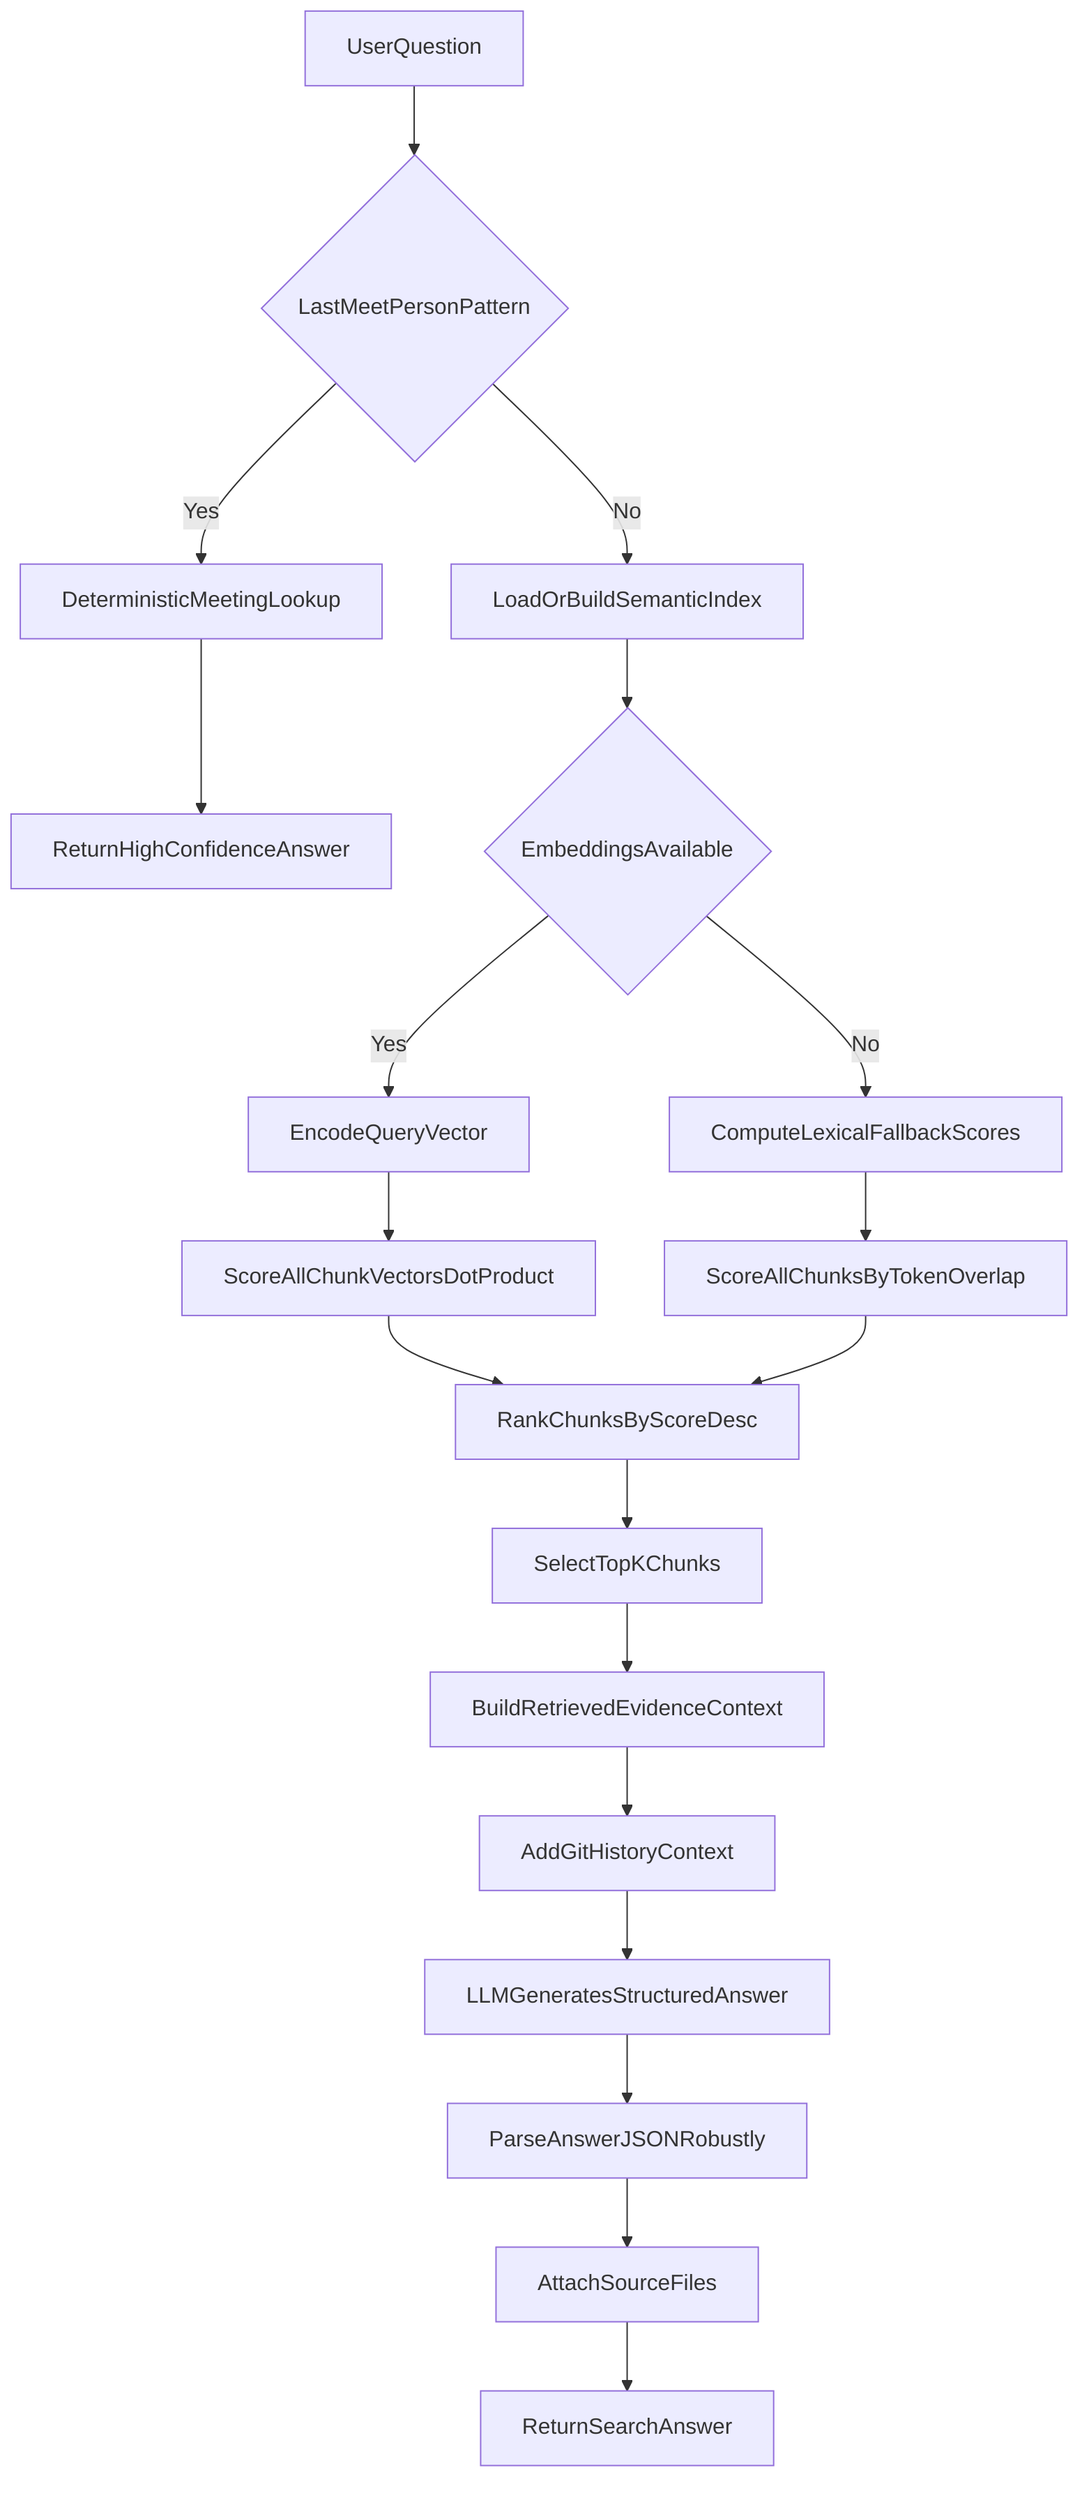
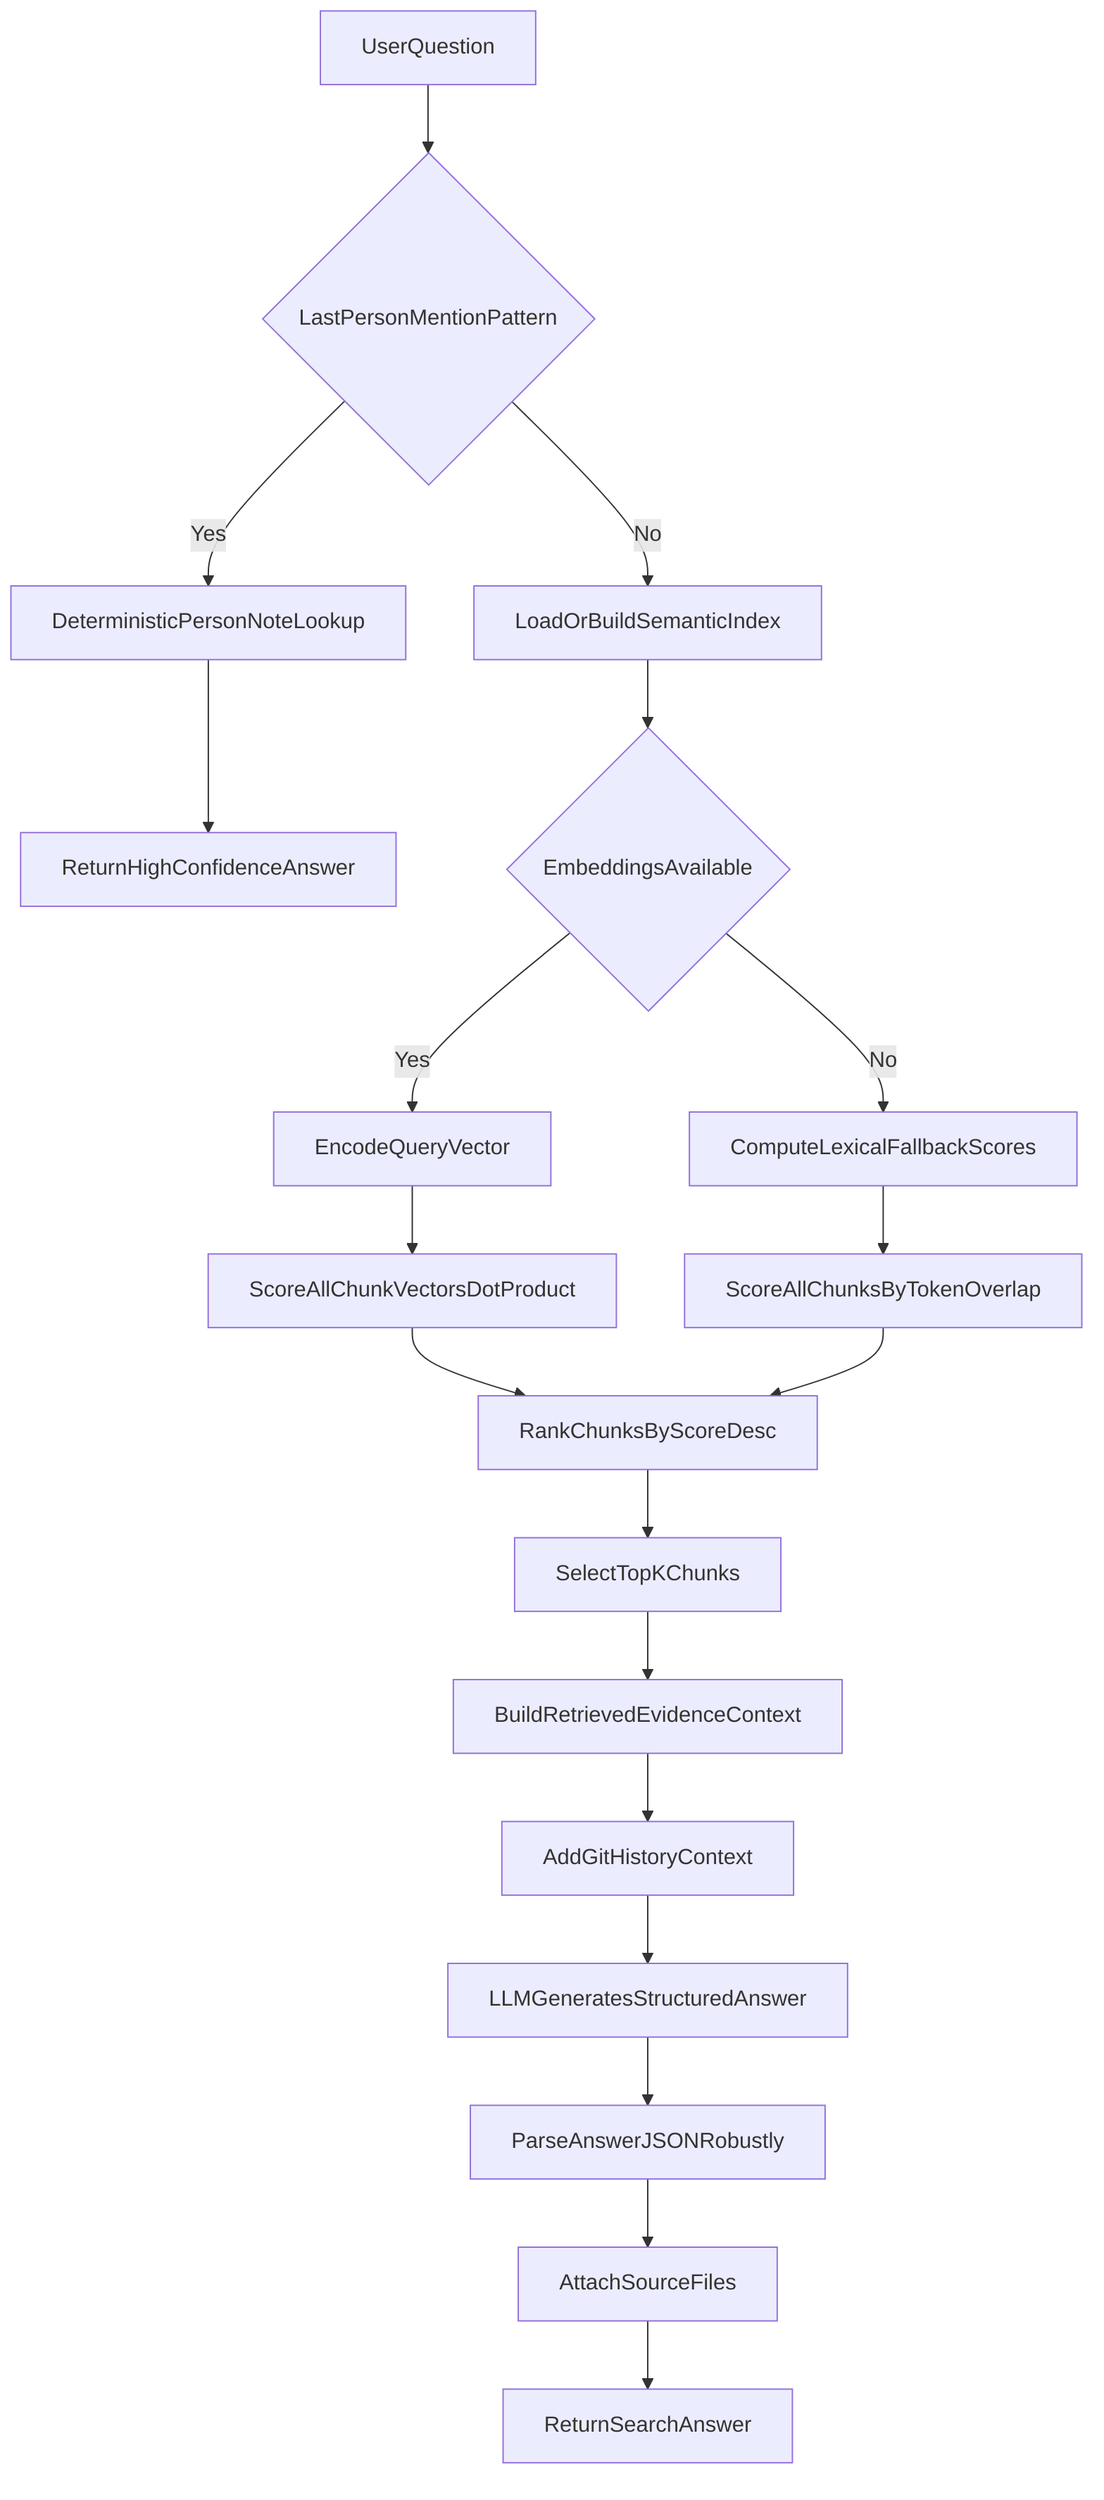
flowchart TD
-   question[UserQuestion] --> fastPathCheck{LastMeetPersonPattern}
-   fastPathCheck -->|Yes| deterministic[DeterministicMeetingLookup]
+   question[UserQuestion] --> fastPathCheck{LastPersonMentionPattern}
+   fastPathCheck -->|Yes| deterministic[DeterministicPersonNoteLookup]
  deterministic --> detResult[ReturnHighConfidenceAnswer]

  fastPathCheck -->|No| ragPrep[LoadOrBuildSemanticIndex]
  ragPrep --> embedReady{EmbeddingsAvailable}
  embedReady -->|Yes| embedQuery[EncodeQueryVector]
  embedReady -->|No| lexical[ComputeLexicalFallbackScores]

  embedQuery --> scoreAll[ScoreAllChunkVectorsDotProduct]
  lexical --> scoreAllLex[ScoreAllChunksByTokenOverlap]
  scoreAll --> rank[RankChunksByScoreDesc]
  scoreAllLex --> rank

  rank --> topk[SelectTopKChunks]
  topk --> context[BuildRetrievedEvidenceContext]
  context --> addGit[AddGitHistoryContext]
  addGit --> llmAnswer[LLMGeneratesStructuredAnswer]
  llmAnswer --> parse[ParseAnswerJSONRobustly]
  parse --> sources[AttachSourceFiles]
  sources --> ragResult[ReturnSearchAnswer]
